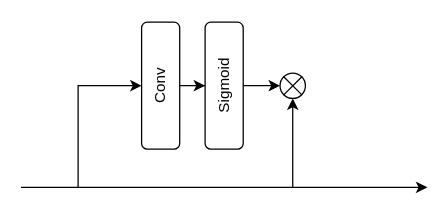
Above: DrawIO_file/流程图/高频感知总结构图.drawio in DingDongZz/typera_PicGO (draw.io), before the change. Source tidied: cells renumbered, new cells numbered last; positions are measured from the earlier drawing's top-left corner, leaving out a move shared by most shapes. Both pictures are drawn from the tidied source at 127%, with x=0, y=0 at pixel (20, 22).
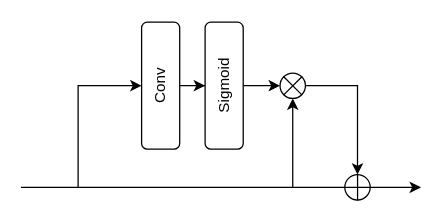
Above is the later version.

Commit message (it also covers changes not shown here):
更新高频感知总结构图.drawio

What changed in the source:
```diff
@@
 <mxGraphModel>
   <root>
     <mxCell id="0" />
     <mxCell id="1" parent="0" />
     <mxCell id="2" style="edgeStyle=orthogonalEdgeStyle;rounded=0;jettySize=auto;html=1;entryX=0;entryY=0.5;entryDx=0;entryDy=0;" parent="1" edge="1" source="3" target="5">
       <mxGeometry relative="1" as="geometry" />
     </mxCell>
     <mxCell id="3" value="Conv" style="rounded=1;whiteSpace=wrap;html=1;horizontal=0;" parent="1" vertex="1">
       <mxGeometry x="95" width="30" height="100" as="geometry" />
     </mxCell>
     <mxCell id="4" style="edgeStyle=orthogonalEdgeStyle;rounded=0;jettySize=auto;html=1;entryX=0;entryY=0.5;entryDx=0;entryDy=0;" parent="1" edge="1" source="5" target="9">
       <mxGeometry relative="1" as="geometry" />
     </mxCell>
     <mxCell id="5" value="Sigmoid" style="rounded=1;whiteSpace=wrap;html=1;horizontal=0;" parent="1" vertex="1">
       <mxGeometry x="145" width="30" height="100" as="geometry" />
     </mxCell>
-    <mxCell id="6" style="endArrow=classic;html=1;rounded=0;" parent="1" edge="1">
+    <mxCell id="6" style="endArrow=none;html=1;rounded=0;entryX=0;entryY=0.5;entryDx=0;entryDy=0;startFill=0;" parent="1" edge="1" target="13">
       <mxGeometry relative="1" as="geometry">
         <mxPoint y="130" as="sourcePoint" />
-        <mxPoint x="320" y="130" as="targetPoint" />
       </mxGeometry>
     </mxCell>
     <mxCell id="7" style="endArrow=classic;html=1;rounded=0;entryX=0;entryY=0.5;entryDx=0;entryDy=0;" parent="1" edge="1" target="3">
       <mxGeometry relative="1" as="geometry">
         <mxPoint x="45" y="130" as="sourcePoint" />
         <Array as="points">
           <mxPoint x="45" y="50" />
         </Array>
       </mxGeometry>
     </mxCell>
     <mxCell id="8" style="group;" parent="1" vertex="1">
       <mxGeometry x="204" y="40" width="20" height="20" as="geometry" />
     </mxCell>
     <mxCell id="9" style="ellipse;whiteSpace=wrap;html=1;" parent="8" vertex="1">
       <mxGeometry width="20" height="20" as="geometry" />
     </mxCell>
     <mxCell id="10" style="shape=umlDestroy;whiteSpace=wrap;html=1;strokeWidth=1;targetShapes=umlLifeline;" parent="8" vertex="1">
       <mxGeometry x="2.7" y="2.7" width="14.7" height="14.7" as="geometry" />
     </mxCell>
     <mxCell id="11" style="rounded=0;jettySize=auto;html=1;entryX=0.5;entryY=1;entryDx=0;entryDy=0;" parent="1" edge="1" target="9">
       <mxGeometry relative="1" as="geometry">
         <mxPoint x="214" y="130" as="sourcePoint" />
       </mxGeometry>
     </mxCell>
+    <mxCell id="12" style="edgeStyle=orthogonalEdgeStyle;rounded=0;jettySize=auto;html=1;" parent="1" edge="1" source="13">
+      <mxGeometry relative="1" as="geometry">
+        <mxPoint x="315" y="130" as="targetPoint" />
+      </mxGeometry>
+    </mxCell>
+    <mxCell id="13" style="ellipse;whiteSpace=wrap;html=1;" parent="1" vertex="1">
+      <mxGeometry x="255" y="120" width="20" height="20" as="geometry" />
+    </mxCell>
+    <mxCell id="14" style="shape=umlDestroy;whiteSpace=wrap;html=1;strokeWidth=1;targetShapes=umlLifeline;rotation=45;" parent="1" vertex="1">
+      <mxGeometry x="257.7" y="122.7" width="14.7" height="14.7" as="geometry" />
+    </mxCell>
+    <mxCell id="15" style="edgeStyle=orthogonalEdgeStyle;rounded=0;jettySize=auto;html=1;entryX=0.5;entryY=0;entryDx=0;entryDy=0;" parent="1" edge="1" source="9" target="13">
+      <mxGeometry relative="1" as="geometry" />
+    </mxCell>
   </root>
 </mxGraphModel>
```
